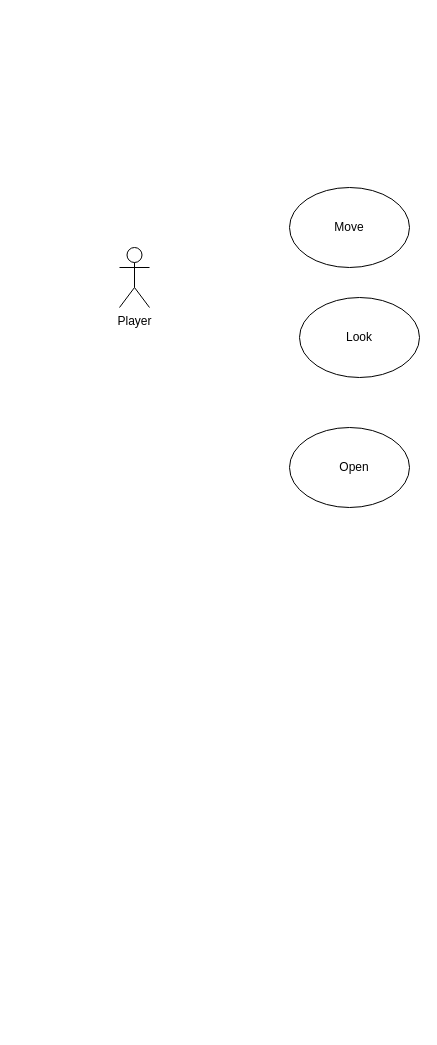
Earlier version of the draw.io diagram NoLongerHuman.drawio (birdboiboi/No_Longer_Human). Source tidied: cells renumbered, new cells numbered last; positions are measured from the earlier drawing's top-left corner, leaving out a move shared by most shapes. Both pictures are drawn from the tidied source at 100%, with x=0, y=0 at pixel (119, 187).
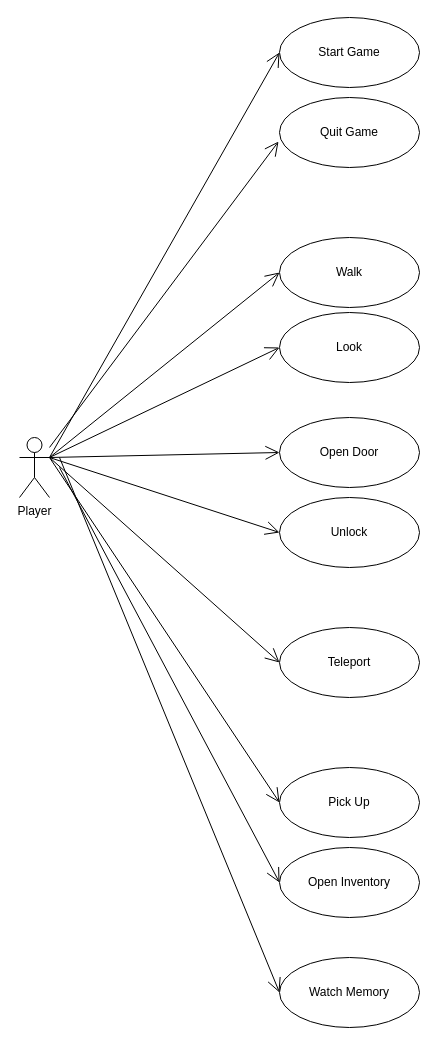
The same diagram, later.

Diff of the diagram source:
```diff
@@
     <mxCell id="2" value="Player" style="shape=umlActor;verticalLabelPosition=bottom;verticalAlign=top;html=1;outlineConnect=0;" parent="1" vertex="1">
-      <mxGeometry y="60" width="30" height="60" as="geometry" />
+      <mxGeometry x="-100" y="250" width="30" height="60" as="geometry" />
     </mxCell>
-    <mxCell id="3" style="ellipse;whiteSpace=wrap;html=1;" parent="1" vertex="1">
-      <mxGeometry x="180" y="110" width="120" height="80" as="geometry" />
-    </mxCell>
-    <mxCell id="4" style="ellipse;whiteSpace=wrap;html=1;" parent="1" vertex="1">
-      <mxGeometry x="170" y="240" width="120" height="80" as="geometry" />
-    </mxCell>
-    <mxCell id="5" style="ellipse;whiteSpace=wrap;html=1;" parent="1" vertex="1">
-      <mxGeometry x="170" width="120" height="80" as="geometry" />
-    </mxCell>
-    <mxCell id="6" value="Move" style="text;html=1;strokeColor=none;fillColor=none;align=center;verticalAlign=middle;whiteSpace=wrap;rounded=0;" parent="1" vertex="1">
-      <mxGeometry x="210" y="30" width="40" height="20" as="geometry" />
-    </mxCell>
+    <mxCell id="9" value="Start Game" style="ellipse;whiteSpace=wrap;html=1;" parent="1" vertex="1">
+      <mxGeometry x="160" y="-170" width="140" height="70" as="geometry" />
+    </mxCell>
+    <mxCell id="10" value="Quit Game" style="ellipse;whiteSpace=wrap;html=1;" parent="1" vertex="1">
+      <mxGeometry x="160" y="-90" width="140" height="70" as="geometry" />
+    </mxCell>
+    <mxCell id="11" value="Walk" style="ellipse;whiteSpace=wrap;html=1;" parent="1" vertex="1">
+      <mxGeometry x="160" y="50" width="140" height="70" as="geometry" />
+    </mxCell>
-    <mxCell id="7" value="Look" style="text;html=1;strokeColor=none;fillColor=none;align=center;verticalAlign=middle;whiteSpace=wrap;rounded=0;" parent="1" vertex="1">
-      <mxGeometry x="220" y="140" width="40" height="20" as="geometry" />
+    <mxCell id="7" value="Look" style="ellipse;whiteSpace=wrap;html=1;" parent="1" vertex="1">
+      <mxGeometry x="160" y="125" width="140" height="70" as="geometry" />
     </mxCell>
-    <mxCell id="8" value="Open" style="text;html=1;strokeColor=none;fillColor=none;align=center;verticalAlign=middle;whiteSpace=wrap;rounded=0;" parent="1" vertex="1">
-      <mxGeometry x="215" y="270" width="40" height="20" as="geometry" />
-    </mxCell>
+    <mxCell id="12" value="Open Door" style="ellipse;whiteSpace=wrap;html=1;" parent="1" vertex="1">
+      <mxGeometry x="160" y="230" width="140" height="70" as="geometry" />
+    </mxCell>
+    <mxCell id="13" value="Unlock" style="ellipse;whiteSpace=wrap;html=1;" parent="1" vertex="1">
+      <mxGeometry x="160" y="310" width="140" height="70" as="geometry" />
+    </mxCell>
+    <mxCell id="14" value="Teleport" style="ellipse;whiteSpace=wrap;html=1;" parent="1" vertex="1">
+      <mxGeometry x="160" y="440" width="140" height="70" as="geometry" />
+    </mxCell>
+    <mxCell id="15" value="Pick Up" style="ellipse;whiteSpace=wrap;html=1;" parent="1" vertex="1">
+      <mxGeometry x="160" y="580" width="140" height="70" as="geometry" />
+    </mxCell>
+    <mxCell id="16" value="Open Inventory" style="ellipse;whiteSpace=wrap;html=1;" parent="1" vertex="1">
+      <mxGeometry x="160" y="660" width="140" height="70" as="geometry" />
+    </mxCell>
+    <mxCell id="17" value="Watch Memory" style="ellipse;whiteSpace=wrap;html=1;" parent="1" vertex="1">
+      <mxGeometry x="160" y="770" width="140" height="70" as="geometry" />
+    </mxCell>
+    <mxCell id="18" style="endArrow=open;endFill=1;endSize=12;html=1;exitX=1;exitY=0.3333333333333333;exitDx=0;exitDy=0;exitPerimeter=0;entryX=0;entryY=0.5;entryDx=0;entryDy=0;" parent="1" edge="1" source="2" target="9">
+      <mxGeometry relative="1" as="geometry" />
+    </mxCell>
+    <mxCell id="19" style="endArrow=open;endFill=1;endSize=12;html=1;entryX=-0.007;entryY=0.629;entryDx=0;entryDy=0;entryPerimeter=0;" parent="1" edge="1" source="2" target="10">
+      <mxGeometry relative="1" as="geometry" />
+    </mxCell>
+    <mxCell id="20" style="endArrow=open;endFill=1;endSize=12;html=1;entryX=0;entryY=0.5;entryDx=0;entryDy=0;" parent="1" edge="1" target="11">
+      <mxGeometry relative="1" as="geometry">
+        <mxPoint x="-70" y="270" as="sourcePoint" />
+      </mxGeometry>
+    </mxCell>
+    <mxCell id="21" style="endArrow=open;endFill=1;endSize=12;html=1;entryX=0;entryY=0.5;entryDx=0;entryDy=0;" parent="1" edge="1" target="7">
+      <mxGeometry relative="1" as="geometry">
+        <mxPoint x="-70" y="270" as="sourcePoint" />
+      </mxGeometry>
+    </mxCell>
+    <mxCell id="22" style="endArrow=open;endFill=1;endSize=12;html=1;exitX=1;exitY=0.3333333333333333;exitDx=0;exitDy=0;exitPerimeter=0;entryX=0;entryY=0.5;entryDx=0;entryDy=0;" parent="1" edge="1" source="2" target="12">
+      <mxGeometry relative="1" as="geometry" />
+    </mxCell>
+    <mxCell id="23" style="endArrow=open;endFill=1;endSize=12;html=1;entryX=0;entryY=0.5;entryDx=0;entryDy=0;" parent="1" edge="1" target="13">
+      <mxGeometry relative="1" as="geometry">
+        <mxPoint x="-70" y="270" as="sourcePoint" />
+      </mxGeometry>
+    </mxCell>
+    <mxCell id="24" style="endArrow=open;endFill=1;endSize=12;html=1;entryX=0;entryY=0.5;entryDx=0;entryDy=0;" parent="1" edge="1" target="14">
+      <mxGeometry relative="1" as="geometry">
+        <mxPoint x="-70" y="270" as="sourcePoint" />
+      </mxGeometry>
+    </mxCell>
+    <mxCell id="25" style="endArrow=open;endFill=1;endSize=12;html=1;entryX=0;entryY=0.5;entryDx=0;entryDy=0;" parent="1" edge="1" target="15">
+      <mxGeometry relative="1" as="geometry">
+        <mxPoint x="-70" y="270" as="sourcePoint" />
+      </mxGeometry>
+    </mxCell>
+    <mxCell id="26" style="endArrow=open;endFill=1;endSize=12;html=1;entryX=0;entryY=0.5;entryDx=0;entryDy=0;" parent="1" edge="1" target="16">
+      <mxGeometry relative="1" as="geometry">
+        <mxPoint x="-60" y="280" as="sourcePoint" />
+      </mxGeometry>
+    </mxCell>
+    <mxCell id="27" style="endArrow=open;endFill=1;endSize=12;html=1;entryX=0;entryY=0.5;entryDx=0;entryDy=0;" parent="1" edge="1" target="17">
+      <mxGeometry relative="1" as="geometry">
+        <mxPoint x="-60" y="270" as="sourcePoint" />
+      </mxGeometry>
+    </mxCell>
```
